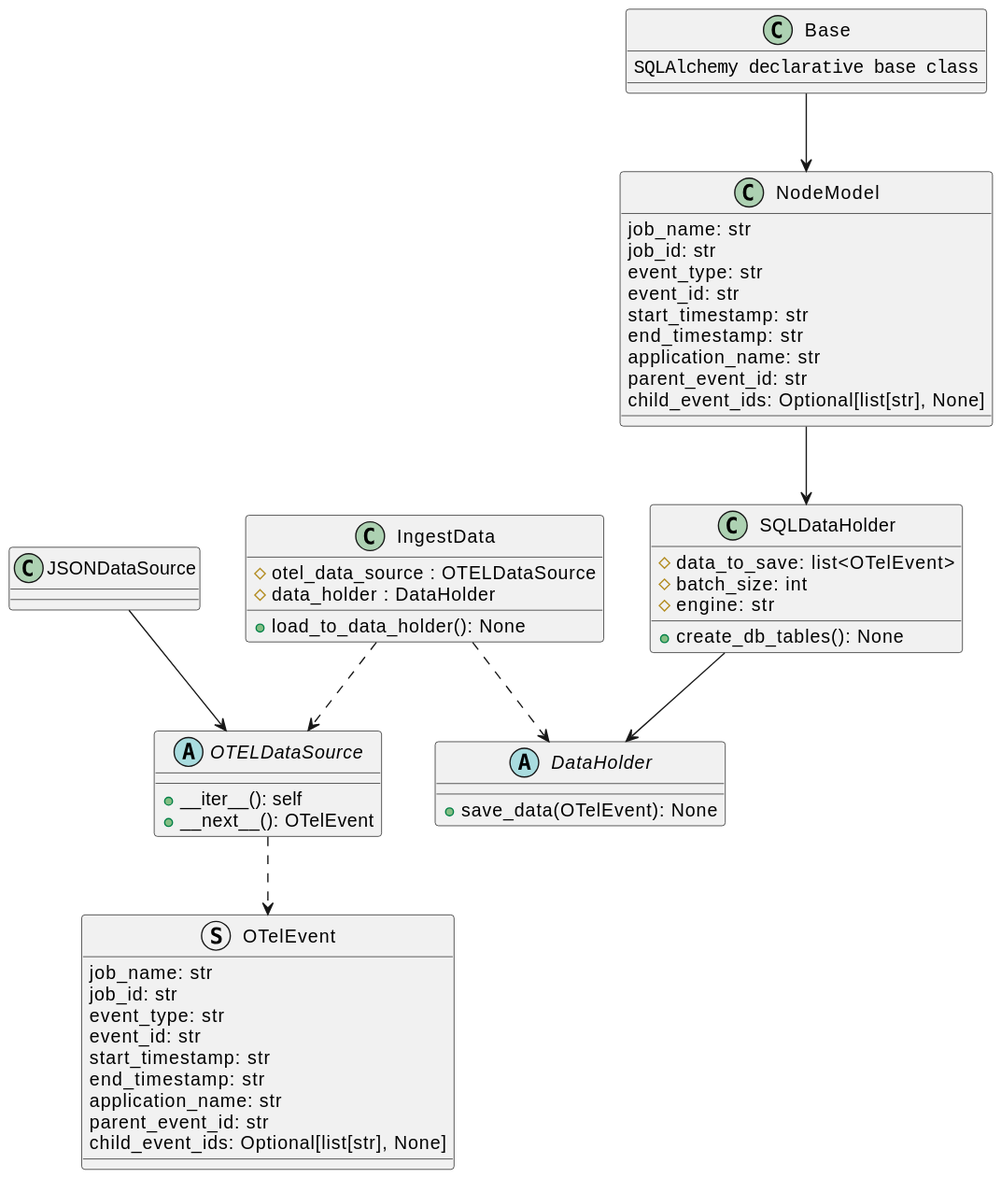
Before: docs/development/design/3-DN-Retrieving_unique_graphs_from_Otel_data/class_diagrams.svg, a diagram exported from PlantUML (xtuml/otel2puml).
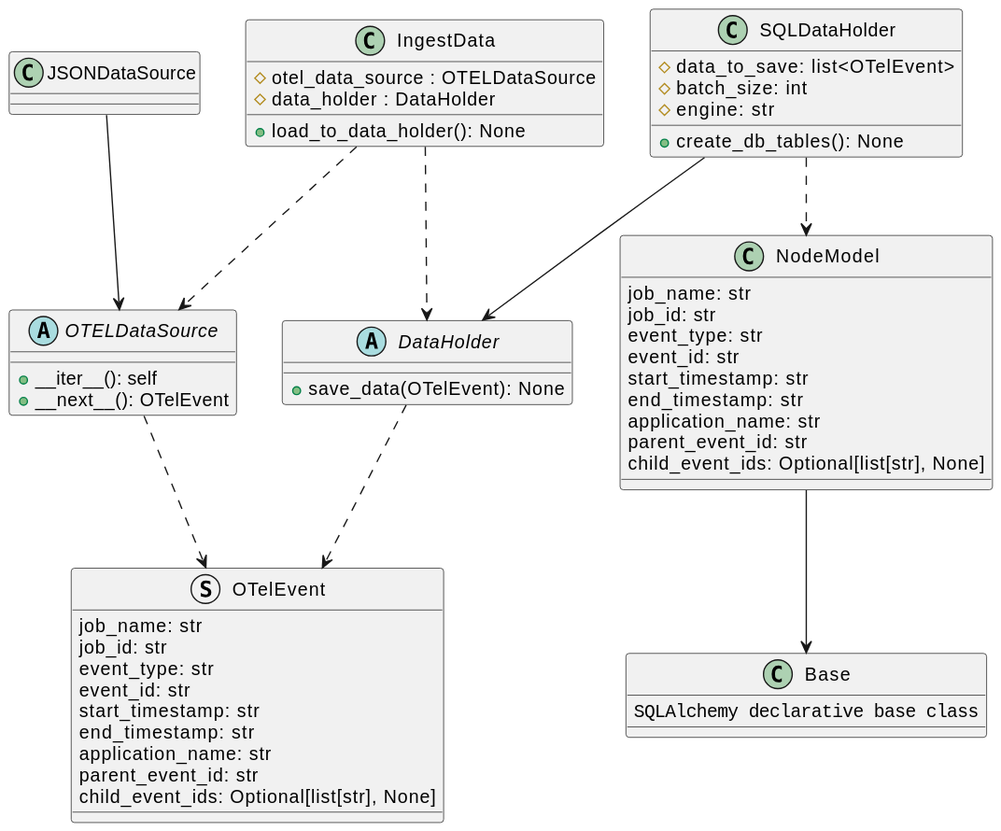
The same diagram one commit later.

Commit message:
12 Update class diagrams in design note 3 (#19)

* Update class diagrams in design note 3
This PR updates the class diagrams in design note 3 to accurately reflect the relationships between the classes.

* Update class diagrams

* Update class diagram arrow directions

* Add svg

* correct arrow direction from nodemodel to base

* Update class diagram svg

Diff of the diagram source:
```diff
@@ -56,6 +56,7 @@
 OTELDataSource ..> OTelEvent
 JSONDataSource --> OTELDataSource
 SQLDataHolder --> DataHolder
-NodeModel --> SQLDataHolder
-Base --> NodeModel
+SQLDataHolder ..> NodeModel
+NodeModel --> Base
+DataHolder ..> OTelEvent
 @enduml
```
